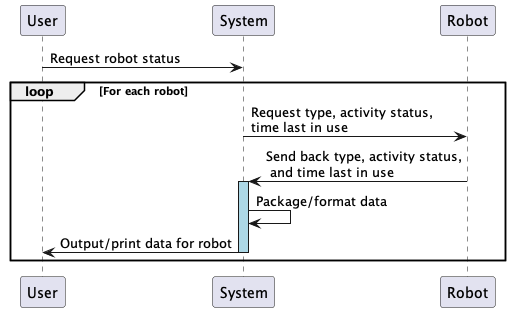
This is docs/design/sequence_diagrams/images/robot_status_query.png from arisk02/robot-fleet-management-system, a PlantUML export, as it was before one commit.
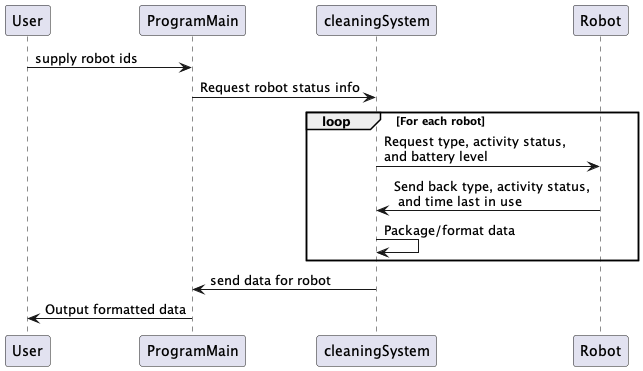
After the commit.

The edit, as a diff of the source:
```diff
@@ -1,11 +1,12 @@
 @startuml
-User -> System : Request robot status
+User -> ProgramMain : supply robot ids
+ProgramMain -> cleaningSystem : Request robot status info
 loop For each robot
-System -> Robot : Request type, activity status, \ntime last in use
-Robot -> System : Send back type, activity status, \n and time last in use
-activate System #LightBlue
-System -> System : Package/format data
-System -> User : Output/print data for robot
-deactivate
+cleaningSystem -> Robot : Request type, activity status, \nand battery level
+Robot -> cleaningSystem : Send back type, activity status, \n and time last in use
+cleaningSystem -> cleaningSystem : Package/format data
 end
+cleaningSystem -> ProgramMain : send data for robot
+ProgramMain -> User : Output formatted data
+
 @enduml
```
